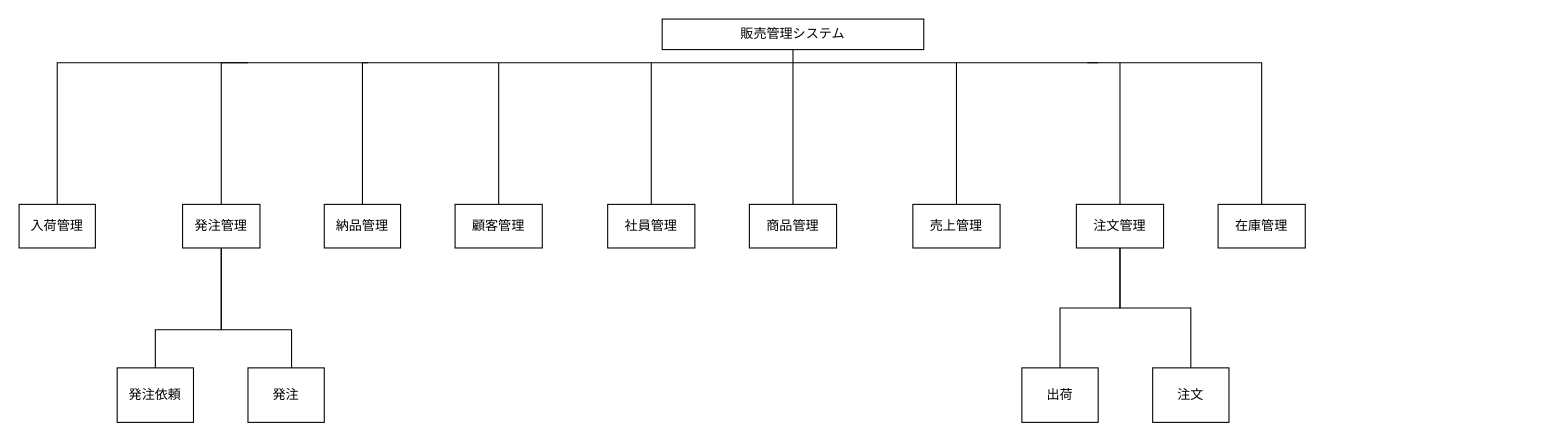
Above: システム構造図.drawio in Yamanin3/system-devel (draw.io), before the change. Source tidied: cells renumbered, new cells numbered last; positions are measured from the earlier drawing's top-left corner, leaving out a move shared by most shapes. Both pictures are drawn from the tidied source at 109%, with x=0, y=0 at pixel (-85, 19).
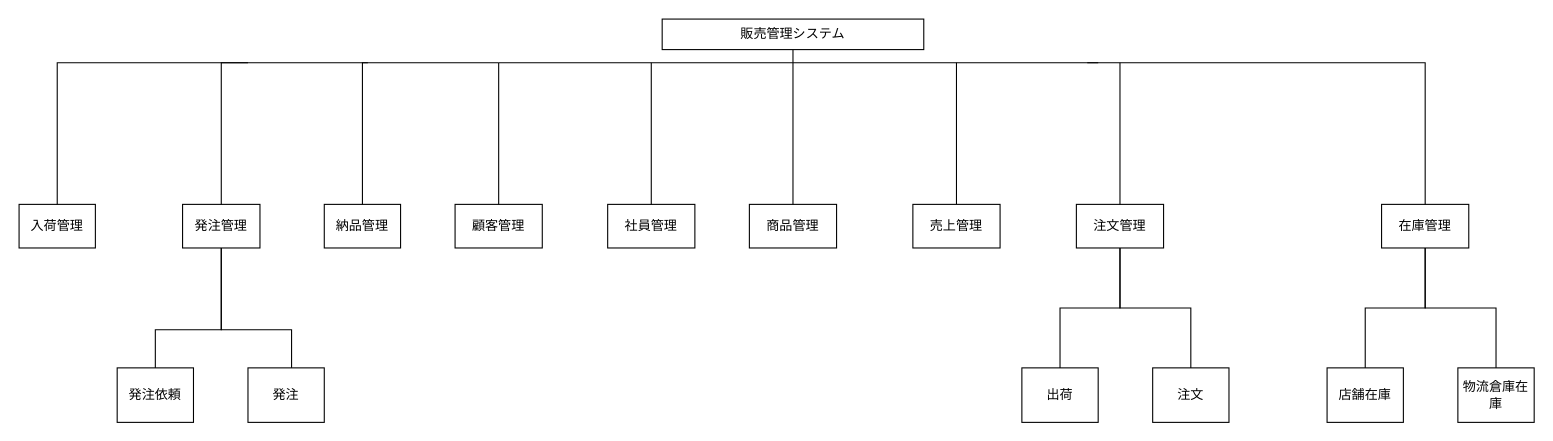
The same diagram, later.

Commit message:
在庫管理の項目を追加しました

Unchanged cells that the change refers to:
```xml
<mxCell id="15" value="注文管理" style="whiteSpace=wrap;html=1;align=center;verticalAlign=middle;rounded=0;" parent="1" vertex="1">
  <mxGeometry x="1065" y="170" width="80" height="40" as="geometry" />
</mxCell>
<mxCell id="29" value="出荷" style="whiteSpace=wrap;html=1;align=center;verticalAlign=middle;" parent="1" vertex="1">
  <mxGeometry x="1015" y="320" width="70" height="50" as="geometry" />
</mxCell>
```

The edit, as a diff of the source:
```diff
@@
     <mxCell id="9" value="在庫管理" style="whiteSpace=wrap;html=1;align=center;verticalAlign=middle;rounded=0;" parent="1" vertex="1">
-      <mxGeometry x="1195" y="170" width="80" height="40" as="geometry" />
+      <mxGeometry x="1345" y="170" width="80" height="40" as="geometry" />
     </mxCell>
     <mxCell id="10" style="edgeStyle=elbowEdgeStyle;elbow=vertical;startArrow=none;endArrow=none;rounded=0;" parent="1" edge="1" target="9">
       <mxGeometry relative="1" as="geometry">
         <mxPoint x="1075" y="40" as="sourcePoint" />
         <Array as="points">
+          <mxPoint x="1225" y="40" />
+          <mxPoint x="1345" y="40" />
           <mxPoint x="1125" y="40" />
           <mxPoint x="1235" y="40" />
         </Array>
       </mxGeometry>
     </mxCell>
@@
     <mxCell id="30" style="edgeStyle=elbowEdgeStyle;elbow=vertical;startArrow=none;endArrow=none;rounded=0;exitX=0.5;exitY=1;exitDx=0;exitDy=0;" parent="1" edge="1" source="15" target="29">
-      <mxGeometry relative="1" as="geometry" />
+      <mxGeometry relative="1" as="geometry">
+        <Array as="points">
+          <mxPoint x="1050" y="265" />
+        </Array>
+      </mxGeometry>
     </mxCell>
+    <mxCell id="31" style="edgeStyle=elbowEdgeStyle;elbow=vertical;startArrow=none;endArrow=none;rounded=0;" parent="1" edge="1">
+      <mxGeometry relative="1" as="geometry">
+        <mxPoint x="1385" y="210" as="sourcePoint" />
+        <mxPoint x="1450" y="320" as="targetPoint" />
+      </mxGeometry>
+    </mxCell>
+    <mxCell id="32" style="edgeStyle=elbowEdgeStyle;elbow=vertical;startArrow=none;endArrow=none;rounded=0;exitX=0.5;exitY=1;exitDx=0;exitDy=0;" parent="1" edge="1">
+      <mxGeometry relative="1" as="geometry">
+        <mxPoint x="1385" y="210" as="sourcePoint" />
+        <mxPoint x="1330" y="320" as="targetPoint" />
+      </mxGeometry>
+    </mxCell>
+    <mxCell id="33" value="物流倉庫在庫" style="whiteSpace=wrap;html=1;align=center;verticalAlign=middle;" parent="1" vertex="1">
+      <mxGeometry x="1415" y="320" width="70" height="50" as="geometry" />
+    </mxCell>
+    <mxCell id="34" value="店舗在庫" style="whiteSpace=wrap;html=1;align=center;verticalAlign=middle;" parent="1" vertex="1">
+      <mxGeometry x="1295" y="320" width="70" height="50" as="geometry" />
+    </mxCell>
```
